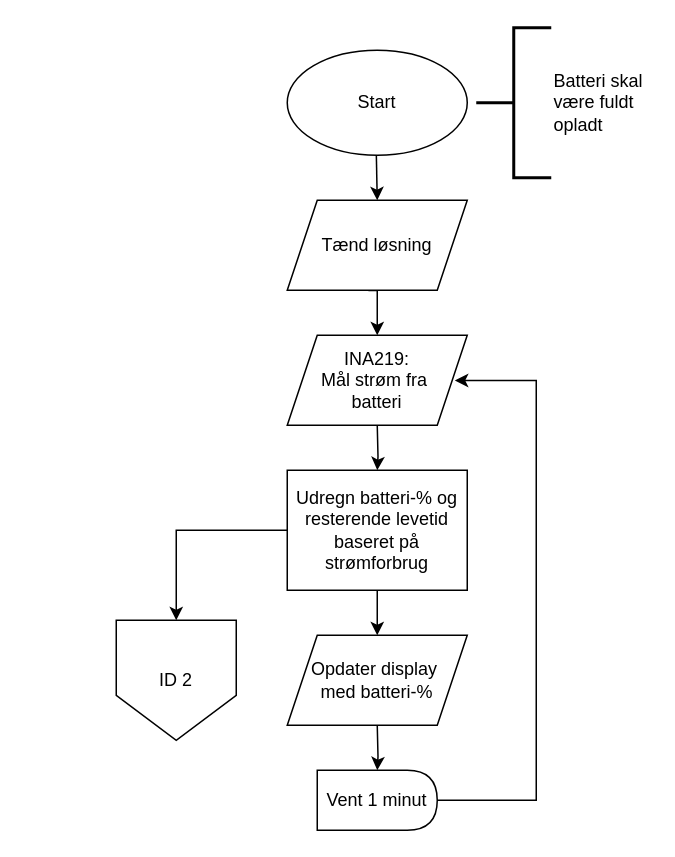
Before: ID 01, P1/ID1 V1 Batteri Procent på Display.drawio in KEA-E24-B9-IOT1/E24-B9-IoT1, a draw.io diagram. Source tidied: cells renumbered, new cells numbered last; positions are measured from the earlier drawing's top-left corner, leaving out a move shared by most shapes. Both pictures are drawn from the tidied source at 150%, with x=0, y=0 at pixel (116, 27).
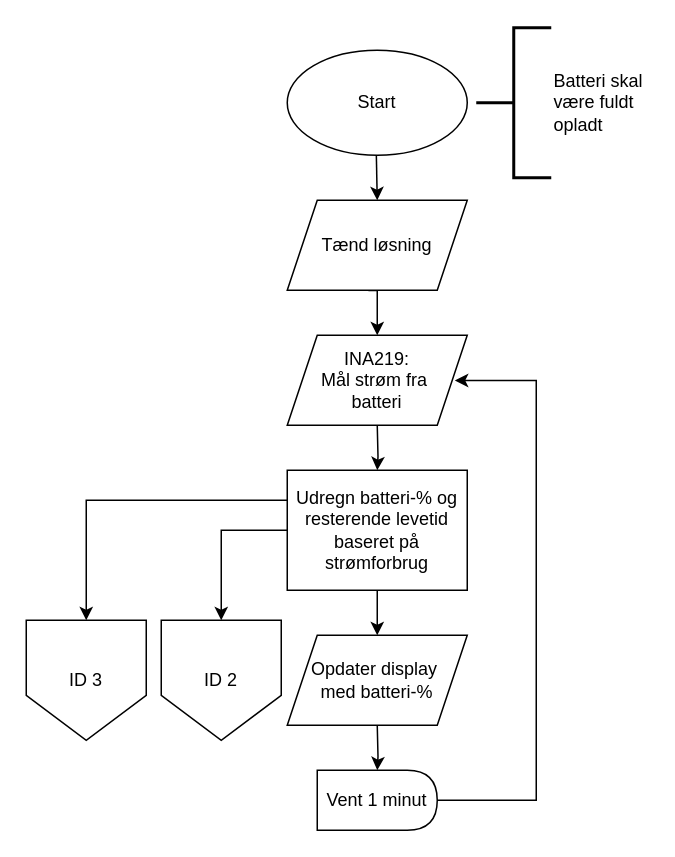
The same page after the edit.

The change refers to these unchanged cells:
```xml
<mxCell id="11" value="Udregn batteri-% og resterende levetid baseret på strømforbrug" style="rounded=0;whiteSpace=wrap;html=1;" parent="1" vertex="1">
  <mxGeometry x="114" y="295" width="120" height="80" as="geometry" />
</mxCell>
```

Change to the diagram source:
```diff
@@
+    <mxCell id="17" style="edgeStyle=orthogonalEdgeStyle;rounded=0;jettySize=auto;html=1;exitX=0;exitY=0.25;exitDx=0;exitDy=0;entryX=0.5;entryY=0;entryDx=0;entryDy=0;" parent="1" edge="1" source="11" target="18">
+      <mxGeometry relative="1" as="geometry" />
+    </mxCell>
@@
     <mxCell id="16" value="ID 2" style="shape=offPageConnector;whiteSpace=wrap;html=1;" parent="1" vertex="1">
-      <mxGeometry y="395" width="80" height="80" as="geometry" />
+      <mxGeometry x="30" y="395" width="80" height="80" as="geometry" />
     </mxCell>
+    <mxCell id="18" value="&lt;div&gt;ID 3&lt;/div&gt;" style="shape=offPageConnector;whiteSpace=wrap;html=1;" parent="1" vertex="1">
+      <mxGeometry x="-60" y="395" width="80" height="80" as="geometry" />
+    </mxCell>
```
